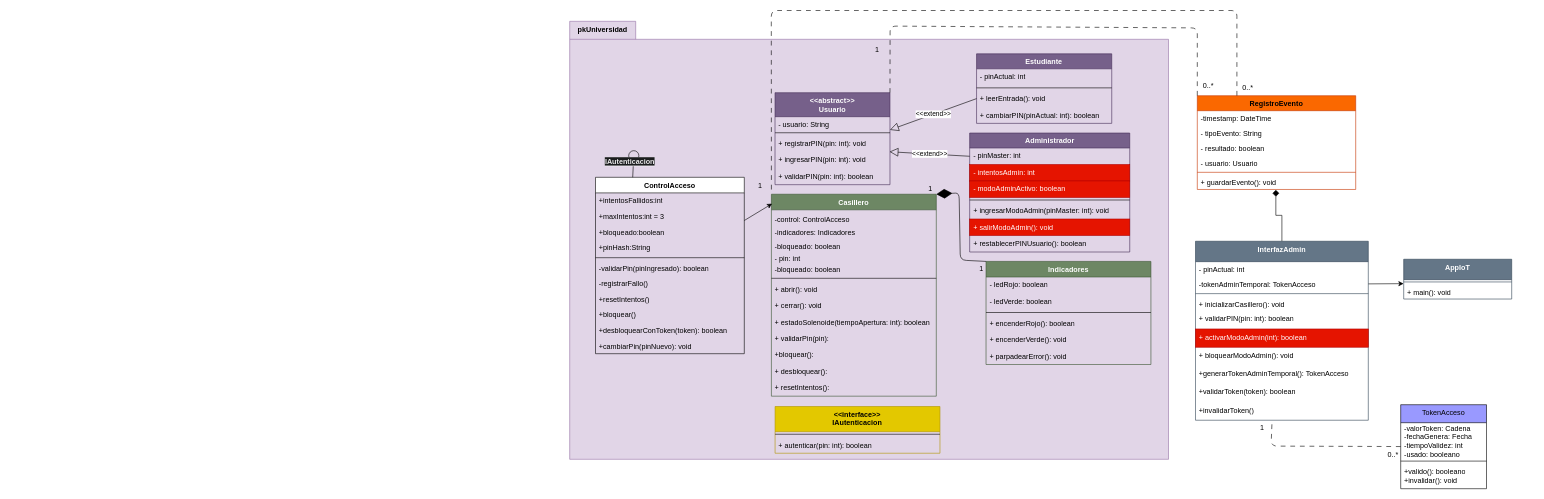
Above: Design/01ClassDiagram.drawio in Anthonio16/casilleroInteligente (draw.io), before the change. Source tidied: cells renumbered, new cells numbered last; positions are measured from the earlier drawing's top-left corner, leaving out a move shared by most shapes. Both pictures are drawn from the tidied source at 60%, with x=0, y=0 at pixel (10, 10).
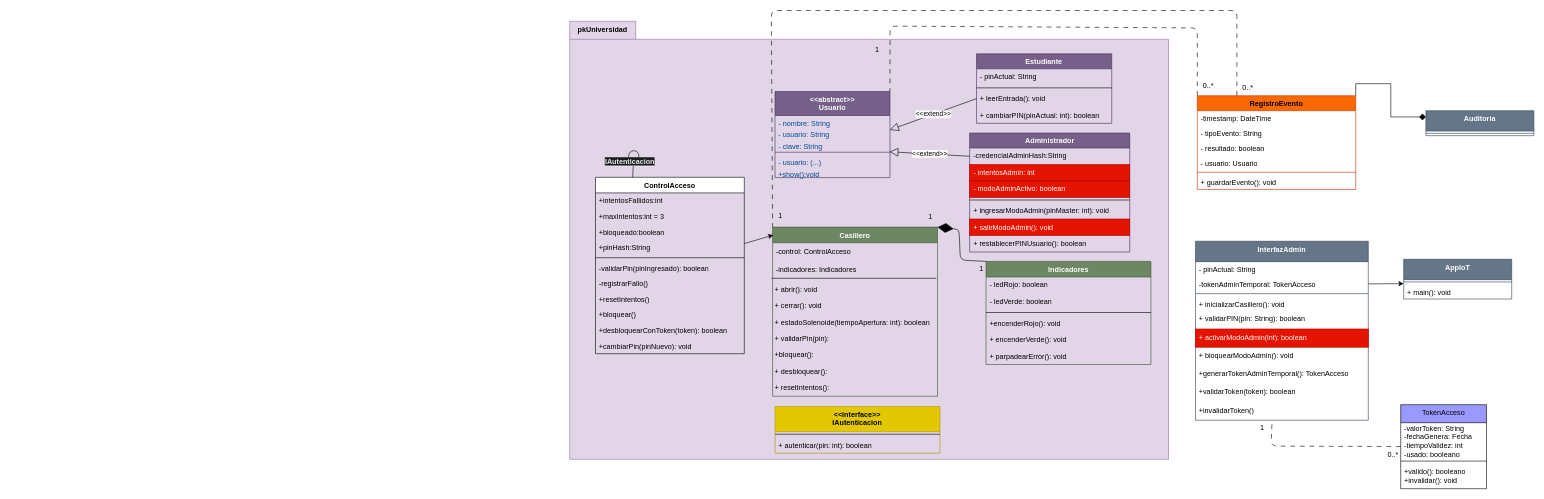
The same page after the edit.

Commit message (it also covers changes not shown here):
Refactor code structure for improved readability and maintainability

The change refers to these unchanged cells:
```xml
<mxCell id="7" value="&lt;div&gt;RegistroEvento&lt;/div&gt;" style="swimlane;fontStyle=1;align=center;verticalAlign=top;horizontal=1;startSize=25;whiteSpace=wrap;html=1;fillColor=#fa6800;strokeColor=#C73500;fontColor=#000000;" parent="1" vertex="1">
  <mxGeometry x="1978" y="142" width="264" height="156.3" as="geometry" />
</mxCell>
<mxCell id="13" value="+ guardarEvento(): void" style="text;strokeColor=none;fillColor=none;align=left;verticalAlign=top;spacingLeft=4;spacingRight=4;overflow=hidden;points=[[0,0.5],[1,0.5]];portConstraint=eastwest;whiteSpace=wrap;html=1;" parent="7" vertex="1">
  <mxGeometry y="131.5" width="264" height="24.7" as="geometry" />
</mxCell>
<mxCell id="15" value="&lt;div&gt;InterfazAdmin&lt;/div&gt;" style="swimlane;fontStyle=1;align=center;verticalAlign=top;horizontal=1;startSize=34;whiteSpace=wrap;html=1;fillColor=#647687;strokeColor=#314354;fontColor=#ffffff;" parent="1" vertex="1">
  <mxGeometry x="1975" y="384.6" width="288" height="298.3" as="geometry" />
</mxCell>
<mxCell id="26" value="TokenAcceso" style="swimlane;fontStyle=0;align=center;verticalAlign=top;horizontal=1;startSize=30;html=1;whiteSpace=wrap;fillColor=#9999FF;" parent="1" vertex="1">
  <mxGeometry x="2317" y="657" width="143" height="140" as="geometry" />
</mxCell>
<mxCell id="50" value="Indicadores" style="swimlane;fontStyle=1;align=center;verticalAlign=top;horizontal=1;startSize=26;whiteSpace=wrap;html=1;fillColor=#6d8764;strokeColor=#3A5431;fontColor=#ffffff;" parent="1" vertex="1">
  <mxGeometry x="1625.9" y="418.2" width="274.8" height="171.8" as="geometry" />
</mxCell>
<mxCell id="60" value="+ leerEntrada(): void" style="text;strokeColor=none;fillColor=none;align=left;verticalAlign=top;spacingLeft=4;spacingRight=4;overflow=hidden;points=[[0,0.5],[1,0.5]];portConstraint=eastwest;whiteSpace=wrap;html=1;" parent="1" vertex="1">
  <mxGeometry x="1610.1" y="133.1" width="225.3" height="27.5" as="geometry" />
</mxCell>
```

The edit, as a diff of the source:
```diff
@@
-    <mxCell id="14" style="edgeStyle=orthogonalEdgeStyle;rounded=0;jettySize=auto;html=1;entryX=0.496;entryY=1.03;entryDx=0;entryDy=0;entryPerimeter=0;endArrow=diamond;endFill=1;endSize=9;exitX=0.5;exitY=0;exitDx=0;exitDy=0;" parent="1" edge="1" source="15" target="13">
+    <mxCell id="14" style="edgeStyle=orthogonalEdgeStyle;rounded=0;jettySize=auto;html=1;entryX=0;entryY=0.25;entryDx=0;entryDy=0;endArrow=diamond;endFill=1;endSize=9;exitX=1;exitY=0;exitDx=0;exitDy=0;" parent="1" edge="1" source="7" target="107">
       <mxGeometry relative="1" as="geometry" />
     </mxCell>
@@
-    <mxCell id="16" value="- pinActual: int" style="text;strokeColor=none;fillColor=none;align=left;verticalAlign=top;spacingLeft=4;spacingRight=4;overflow=hidden;whiteSpace=wrap;html=1;" parent="15" vertex="1">
+    <mxCell id="16" value="- pinActual: String" style="text;strokeColor=none;fillColor=none;align=left;verticalAlign=top;spacingLeft=4;spacingRight=4;overflow=hidden;whiteSpace=wrap;html=1;" parent="15" vertex="1">
       <mxGeometry y="34" width="288" height="24.7" as="geometry" />
     </mxCell>
@@
-    <mxCell id="20" value="+ validarPIN(pin: int): boolean" style="text;strokeColor=none;fillColor=none;align=left;verticalAlign=top;spacingLeft=4;spacingRight=4;overflow=hidden;whiteSpace=wrap;html=1;" parent="15" vertex="1">
+    <mxCell id="20" value="+ validarPIN(pin: String): boolean" style="text;strokeColor=none;fillColor=none;align=left;verticalAlign=top;spacingLeft=4;spacingRight=4;overflow=hidden;whiteSpace=wrap;html=1;" parent="15" vertex="1">
       <mxGeometry y="115.8" width="288" height="30.4" as="geometry" />
     </mxCell>
@@
-    <mxCell id="27" value="-valorToken: Cadena&lt;div&gt;-fechaGenera: Fecha&lt;/div&gt;&lt;div&gt;-tiempoValidez: int&lt;/div&gt;&lt;div&gt;-usado: booleano&lt;/div&gt;" style="text;html=1;strokeColor=none;fillColor=none;align=left;verticalAlign=middle;spacingLeft=4;spacingRight=4;overflow=hidden;whiteSpace=wrap;" parent="26" vertex="1">
+    <mxCell id="27" value="-valorToken: String&lt;div&gt;-fechaGenera: Fecha&lt;/div&gt;&lt;div&gt;-tiempoValidez: int&lt;/div&gt;&lt;div&gt;-usado: booleano&lt;/div&gt;" style="text;html=1;strokeColor=none;fillColor=none;align=left;verticalAlign=middle;spacingLeft=4;spacingRight=4;overflow=hidden;whiteSpace=wrap;" parent="26" vertex="1">
       <mxGeometry y="30" width="143" height="60" as="geometry" />
     </mxCell>
@@
     <mxCell id="44" value="&amp;lt;&amp;lt;abstract&amp;gt;&amp;gt;&lt;div&gt;Usuario&lt;/div&gt;" style="swimlane;fontStyle=1;align=center;verticalAlign=top;horizontal=1;startSize=40;whiteSpace=wrap;html=1;fillColor=#76608a;strokeColor=#432D57;fontColor=#ffffff;" parent="1" vertex="1">
-      <mxGeometry x="1274.2" y="137" width="191.6" height="153.3" as="geometry" />
+      <mxGeometry x="1274.2" y="135" width="191.6" height="143.5" as="geometry" />
     </mxCell>
+    <mxCell id="103" value="- nombre: String" style="text;strokeColor=none;fillColor=none;align=left;verticalAlign=top;spacingLeft=4;spacingRight=4;overflow=hidden;fontSize=12;fontColor=#004C99;" parent="44" vertex="1">
+      <mxGeometry y="40" width="191.6" height="19" as="geometry" />
+    </mxCell>
+    <mxCell id="53" value="- usuario: String" style="text;strokeColor=none;fillColor=none;align=left;verticalAlign=top;spacingLeft=4;spacingRight=4;overflow=hidden;points=[[0,0.5],[1,0.5]];portConstraint=eastwest;fontSize=12;fontColor=#004C99;" parent="44" vertex="1">
+      <mxGeometry y="59" width="191.6" height="19" as="geometry" />
+    </mxCell>
+    <mxCell id="104" value="- clave: String" style="text;strokeColor=none;fillColor=none;align=left;verticalAlign=top;spacingLeft=4;spacingRight=4;overflow=hidden;fontSize=12;fontColor=#004C99;" parent="44" vertex="1">
+      <mxGeometry y="78" width="191.6" height="19" as="geometry" />
+    </mxCell>
+    <mxCell id="54" style="line;strokeWidth=1;fillColor=none;align=left;verticalAlign=middle;spacingTop=-1;spacingLeft=3;spacingRight=3;labelPosition=right;strokeColor=inherit;" parent="44" vertex="1">
+      <mxGeometry y="97" width="191.6" height="8.5" as="geometry" />
+    </mxCell>
+    <mxCell id="105" value="- usuario: (...)" style="text;strokeColor=none;fillColor=none;align=left;verticalAlign=top;spacingLeft=4;spacingRight=4;overflow=hidden;fontSize=12;fontColor=#004C99;" parent="44" vertex="1">
+      <mxGeometry y="105.5" width="191.6" height="19" as="geometry" />
+    </mxCell>
+    <mxCell id="106" value="+show():void" style="text;strokeColor=none;fillColor=none;align=left;verticalAlign=top;spacingLeft=4;spacingRight=4;overflow=hidden;fontSize=12;fontColor=#004C99;" parent="44" vertex="1">
+      <mxGeometry y="124.5" width="191.6" height="19" as="geometry" />
+    </mxCell>
@@
-    <mxCell id="47" value="&amp;lt;&amp;lt;extend&amp;gt;&amp;gt;" style="rounded=0;jettySize=auto;html=1;exitX=0;exitY=0.5;exitDx=0;exitDy=0;entryX=0.996;entryY=1;entryDx=0;entryDy=0;endArrow=block;endFill=0;endSize=12;entryPerimeter=0;" parent="1" edge="1" source="62" target="55">
-      <mxGeometry relative="1" as="geometry" />
+    <mxCell id="47" value="&amp;lt;&amp;lt;extend&amp;gt;&amp;gt;" style="rounded=0;jettySize=auto;html=1;exitX=0;exitY=0.5;exitDx=0;exitDy=0;entryX=0.996;entryY=1;entryDx=0;entryDy=0;endArrow=block;endFill=0;endSize=12;entryPerimeter=0;" parent="1" edge="1" source="62">
+      <mxGeometry relative="1" as="geometry">
+        <mxPoint x="1465.1" y="235.4" as="targetPoint" />
+      </mxGeometry>
     </mxCell>
-    <mxCell id="48" value="&amp;lt;&amp;lt;extend&amp;gt;&amp;gt;" style="rounded=0;jettySize=auto;html=1;exitX=0;exitY=0.5;exitDx=0;exitDy=0;entryX=1;entryY=0.808;entryDx=0;entryDy=0;endArrow=block;endFill=0;endSize=12;entryPerimeter=0;" parent="1" edge="1" source="60" target="53">
-      <mxGeometry relative="1" as="geometry" />
+    <mxCell id="48" value="&amp;lt;&amp;lt;extend&amp;gt;&amp;gt;" style="rounded=0;jettySize=auto;html=1;exitX=0;exitY=0.5;exitDx=0;exitDy=0;entryX=1;entryY=0.808;entryDx=0;entryDy=0;endArrow=block;endFill=0;endSize=12;entryPerimeter=0;" parent="1" edge="1" source="60">
+      <mxGeometry relative="1" as="geometry">
+        <mxPoint x="1465.9" y="198.9" as="targetPoint" />
+      </mxGeometry>
     </mxCell>
     <mxCell id="49" value="&lt;div&gt;Casillero&lt;/div&gt;" style="swimlane;fontStyle=1;align=center;verticalAlign=top;horizontal=1;startSize=26;whiteSpace=wrap;html=1;fillColor=#6d8764;strokeColor=#3A5431;fontColor=#ffffff;" parent="1" vertex="1">
-      <mxGeometry x="1268.2" y="306.2" width="274.8" height="336.6" as="geometry" />
+      <mxGeometry x="1270.2" y="361" width="274.8" height="281.9" as="geometry" />
     </mxCell>
@@
-    <mxCell id="53" value="- usuario: String" style="text;strokeColor=none;fillColor=none;align=left;verticalAlign=top;spacingLeft=4;spacingRight=4;overflow=hidden;points=[[0,0.5],[1,0.5]];portConstraint=eastwest;whiteSpace=wrap;html=1;" parent="1" vertex="1">
-      <mxGeometry x="1274.3" y="176.7" width="191.6" height="27.5" as="geometry" />
-    </mxCell>
-    <mxCell id="54" style="line;strokeWidth=1;fillColor=none;align=left;verticalAlign=middle;spacingTop=-1;spacingLeft=3;spacingRight=3;labelPosition=right;strokeColor=inherit;" parent="1" vertex="1">
-      <mxGeometry x="1274.3" y="199.5" width="191.6" height="8.5" as="geometry" />
-    </mxCell>
-    <mxCell id="55" value="+ registrarPIN(pin: int): void" style="text;strokeColor=none;fillColor=none;align=left;verticalAlign=top;spacingLeft=4;spacingRight=4;overflow=hidden;points=[[0,0.5],[1,0.5]];portConstraint=eastwest;whiteSpace=wrap;html=1;" parent="1" vertex="1">
-      <mxGeometry x="1274.3" y="207.9" width="191.6" height="27.5" as="geometry" />
-    </mxCell>
-    <mxCell id="56" value="+ ingresarPIN(pin: int): void" style="text;strokeColor=none;fillColor=none;align=left;verticalAlign=top;spacingLeft=4;spacingRight=4;overflow=hidden;whiteSpace=wrap;html=1;" parent="1" vertex="1">
-      <mxGeometry x="1274.3" y="235.4" width="191.6" height="27.5" as="geometry" />
-    </mxCell>
-    <mxCell id="57" value="+ validarPIN(pin: int): boolean" style="text;strokeColor=none;fillColor=none;align=left;verticalAlign=top;spacingLeft=4;spacingRight=4;overflow=hidden;whiteSpace=wrap;html=1;" parent="1" vertex="1">
-      <mxGeometry x="1274.3" y="262.8" width="191.6" height="27.5" as="geometry" />
-    </mxCell>
-    <mxCell id="58" value="- pinActual: int" style="text;strokeColor=none;fillColor=none;align=left;verticalAlign=top;spacingLeft=4;spacingRight=4;overflow=hidden;whiteSpace=wrap;html=1;" parent="1" vertex="1">
+    <mxCell id="58" value="- pinActual: String" style="text;strokeColor=none;fillColor=none;align=left;verticalAlign=top;spacingLeft=4;spacingRight=4;overflow=hidden;whiteSpace=wrap;html=1;" parent="1" vertex="1">
       <mxGeometry x="1610.1" y="97.2" width="225.3" height="27.5" as="geometry" />
     </mxCell>
@@
-    <mxCell id="62" value="- pinMaster: int" style="text;strokeColor=none;fillColor=none;align=left;verticalAlign=top;spacingLeft=4;spacingRight=4;overflow=hidden;points=[[0,0.5],[1,0.5]];portConstraint=eastwest;whiteSpace=wrap;html=1;" parent="1" vertex="1">
+    <mxCell id="62" value="-credencialAdminHash:String" style="text;strokeColor=none;fillColor=none;align=left;verticalAlign=top;spacingLeft=4;spacingRight=4;overflow=hidden;points=[[0,0.5],[1,0.5]];portConstraint=eastwest;whiteSpace=wrap;html=1;" parent="1" vertex="1">
       <mxGeometry x="1598.6" y="229.2" width="266.8" height="27.5" as="geometry" />
     </mxCell>
@@
     <mxCell id="69" value="-indicadores: Indicadores" style="text;strokeColor=none;fillColor=none;align=left;verticalAlign=top;spacingLeft=4;spacingRight=4;overflow=hidden;whiteSpace=wrap;html=1;" parent="1" vertex="1">
-      <mxGeometry x="1268.2" y="357.1" width="274.8" height="27.5" as="geometry" />
+      <mxGeometry x="1270.2" y="419" width="274.8" height="27.5" as="geometry" />
     </mxCell>
-    <mxCell id="70" value="- pin: int" style="text;strokeColor=none;fillColor=none;align=left;verticalAlign=top;spacingLeft=4;spacingRight=4;overflow=hidden;whiteSpace=wrap;html=1;" parent="1" vertex="1">
-      <mxGeometry x="1268.2" y="400" width="274.8" height="27.5" as="geometry" />
-    </mxCell>
-    <mxCell id="71" value="-bloqueado: boolean&amp;nbsp;" style="text;strokeColor=none;fillColor=none;align=left;verticalAlign=top;spacingLeft=4;spacingRight=4;overflow=hidden;whiteSpace=wrap;html=1;" parent="1" vertex="1">
-      <mxGeometry x="1268.2" y="418.2" width="274.8" height="27.5" as="geometry" />
-    </mxCell>
@@
-    <mxCell id="83" value="+ encenderRojo(): boolean" style="text;strokeColor=none;fillColor=none;align=left;verticalAlign=top;spacingLeft=4;spacingRight=4;overflow=hidden;whiteSpace=wrap;html=1;" parent="1" vertex="1">
+    <mxCell id="83" value="+encenderRojo(): void" style="text;strokeColor=none;fillColor=none;align=left;verticalAlign=top;spacingLeft=4;spacingRight=4;overflow=hidden;whiteSpace=wrap;html=1;" parent="1" vertex="1">
       <mxGeometry x="1625.9" y="507.6" width="274.8" height="27.5" as="geometry" />
     </mxCell>
@@
     <mxCell id="90" style="endArrow=diamondThin;endFill=1;endSize=24;html=1;exitX=0;exitY=0;exitDx=0;exitDy=0;entryX=1;entryY=0;entryDx=0;entryDy=0;" parent="1" edge="1" source="50" target="49">
       <mxGeometry relative="1" as="geometry">
         <Array as="points">
           <mxPoint x="1583" y="416" />
-          <mxPoint x="1581" y="304" />
+          <mxPoint x="1581" y="365" />
         </Array>
       </mxGeometry>
     </mxCell>
     <mxCell id="91" value="1" style="text;html=1;align=center;verticalAlign=middle;strokeColor=none;fillColor=none;" parent="1" vertex="1">
-      <mxGeometry x="1520" y="284.1" width="25" height="26" as="geometry" />
+      <mxGeometry x="1520" y="331" width="25" height="26" as="geometry" />
     </mxCell>
@@
     <mxCell id="98" value="1" style="text;html=1;align=center;verticalAlign=middle;strokeColor=none;fillColor=none;" parent="1" vertex="1">
-      <mxGeometry x="1236" y="280.2" width="25" height="26" as="geometry" />
+      <mxGeometry x="1270.2" y="329" width="25" height="26" as="geometry" />
     </mxCell>
@@
     <mxCell id="101" value="-control: ControlAcceso" style="text;strokeColor=none;fillColor=none;align=left;verticalAlign=top;spacingLeft=4;spacingRight=4;overflow=hidden;whiteSpace=wrap;html=1;" parent="1" vertex="1">
-      <mxGeometry x="1268.2" y="335" width="274.8" height="27.5" as="geometry" />
+      <mxGeometry x="1270.2" y="388" width="274.8" height="27.5" as="geometry" />
     </mxCell>
-    <mxCell id="102" value="-bloqueado: boolean&amp;nbsp;" style="text;strokeColor=none;fillColor=none;align=left;verticalAlign=top;spacingLeft=4;spacingRight=4;overflow=hidden;whiteSpace=wrap;html=1;" parent="1" vertex="1">
-      <mxGeometry x="1268.2" y="380" width="274.8" height="27.5" as="geometry" />
-    </mxCell>
+    <mxCell id="107" value="&lt;div&gt;Auditoria&lt;/div&gt;" style="swimlane;fontStyle=1;align=center;verticalAlign=top;horizontal=1;startSize=34;whiteSpace=wrap;html=1;fillColor=#647687;strokeColor=#314354;fontColor=#ffffff;" parent="1" vertex="1">
+      <mxGeometry x="2359" y="167" width="180" height="41.6" as="geometry" />
+    </mxCell>
+    <mxCell id="108" style="line;strokeWidth=1;fillColor=none;align=left;verticalAlign=middle;spacingTop=-1;spacingLeft=3;spacingRight=3;labelPosition=right;strokeColor=inherit;" parent="107" vertex="1">
+      <mxGeometry y="34" width="180" height="7.6" as="geometry" />
+    </mxCell>
```
